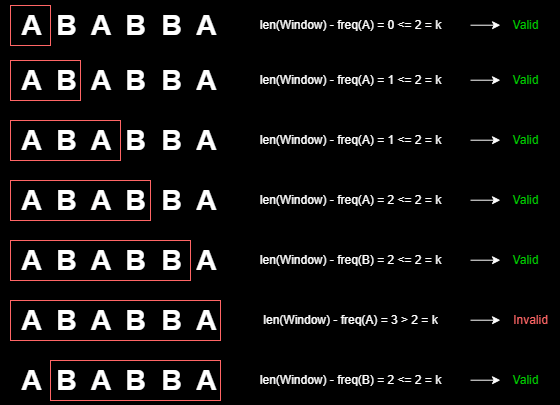
Above: Neetcode150/img/LongestRepeatingCharacters.png in ashiven/leetcode-solutions (draw.io), before the change. Source tidied: cells renumbered, new cells last; positions are measured from the earlier drawing's top-left corner, leaving out a move shared by most shapes.
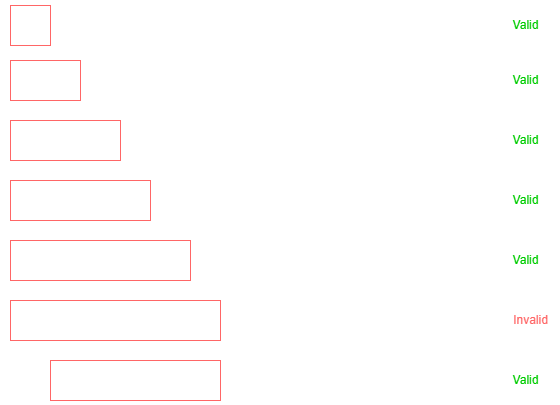
The same diagram one commit later.

Change to the diagram source:
```diff
@@ -1,17 +1,17 @@
-<mxGraphModel background="#000000">
+<mxGraphModel>
   <root>
     <mxCell id="0" />
     <mxCell id="1" parent="0" />
-    <mxCell id="2" value="&lt;b&gt;&lt;font color=&quot;#ffffff&quot; style=&quot;font-size: 28px;&quot;&gt;&amp;nbsp;A&amp;nbsp; B&amp;nbsp; A&amp;nbsp; B&amp;nbsp; B&amp;nbsp; A&lt;/font&gt;&lt;/b&gt;" style="text;html=1;align=center;verticalAlign=middle;strokeColor=none;fillColor=none;" parent="1" vertex="1">
+    <mxCell id="2" value="&lt;b&gt;&lt;font style=&quot;font-size: 28px;&quot;&gt;&amp;nbsp;A&amp;nbsp; B&amp;nbsp; A&amp;nbsp; B&amp;nbsp; B&amp;nbsp; A&lt;/font&gt;&lt;/b&gt;" style="text;html=1;align=center;verticalAlign=middle;strokeColor=none;fillColor=none;fontColor=#FFFFFF;" parent="1" vertex="1">
       <mxGeometry width="230" height="50" as="geometry" />
     </mxCell>
-    <mxCell id="3" style="whiteSpace=wrap;html=1;fillColor=none;strokeColor=#FF6666;" parent="1" vertex="1">
+    <mxCell id="3" style="whiteSpace=wrap;html=1;fillColor=none;strokeColor=#FF6666;fontColor=#FFFFFF;" parent="1" vertex="1">
       <mxGeometry x="10" y="5" width="40" height="40" as="geometry" />
     </mxCell>
-    <mxCell id="4" value="&lt;font color=&quot;#ffffff&quot;&gt;len(Window) - freq(A) = 0 &amp;lt;= 2 = k&lt;/font&gt;" style="text;html=1;align=center;verticalAlign=middle;strokeColor=none;fillColor=none;" parent="1" vertex="1">
+    <mxCell id="4" value="&lt;font&gt;len(Window) - freq(A) = 0 &amp;lt;= 2 = k&lt;/font&gt;" style="text;html=1;align=center;verticalAlign=middle;strokeColor=none;fillColor=none;fontColor=#FFFFFF;" parent="1" vertex="1">
       <mxGeometry x="250" y="10" width="200" height="30" as="geometry" />
     </mxCell>
-    <mxCell id="5" style="endArrow=classic;html=1;rounded=0;strokeColor=#FFFFFF;" parent="1" edge="1">
+    <mxCell id="5" style="endArrow=classic;html=1;rounded=0;strokeColor=#FFFFFF;fontColor=#FFFFFF;" parent="1" edge="1">
       <mxGeometry relative="1" as="geometry">
         <mxPoint x="470" y="24.7" as="sourcePoint" />
         <mxPoint x="500" y="24.7" as="targetPoint" />
@@ -20,16 +20,16 @@
     <mxCell id="6" value="&lt;font color=&quot;#00cc00&quot;&gt;Valid&lt;/font&gt;" style="text;html=1;align=center;verticalAlign=middle;strokeColor=none;fillColor=none;" parent="1" vertex="1">
       <mxGeometry x="500" y="10" width="50" height="30" as="geometry" />
     </mxCell>
-    <mxCell id="7" value="&lt;b&gt;&lt;font color=&quot;#ffffff&quot; style=&quot;font-size: 28px;&quot;&gt;&amp;nbsp;A&amp;nbsp; B&amp;nbsp; A&amp;nbsp; B&amp;nbsp; B&amp;nbsp; A&lt;/font&gt;&lt;/b&gt;" style="text;html=1;align=center;verticalAlign=middle;strokeColor=none;fillColor=none;" parent="1" vertex="1">
+    <mxCell id="7" value="&lt;b&gt;&lt;font style=&quot;font-size: 28px;&quot;&gt;&amp;nbsp;A&amp;nbsp; B&amp;nbsp; A&amp;nbsp; B&amp;nbsp; B&amp;nbsp; A&lt;/font&gt;&lt;/b&gt;" style="text;html=1;align=center;verticalAlign=middle;strokeColor=none;fillColor=none;fontColor=#FFFFFF;" parent="1" vertex="1">
       <mxGeometry y="55" width="230" height="50" as="geometry" />
     </mxCell>
-    <mxCell id="8" style="rounded=0;whiteSpace=wrap;html=1;fillColor=none;strokeColor=#FF6666;" parent="1" vertex="1">
+    <mxCell id="8" style="rounded=0;whiteSpace=wrap;html=1;fillColor=none;strokeColor=#FF6666;fontColor=#FFFFFF;" parent="1" vertex="1">
       <mxGeometry x="10" y="60" width="70" height="40" as="geometry" />
     </mxCell>
-    <mxCell id="9" value="&lt;font color=&quot;#ffffff&quot;&gt;len(Window) - freq(A) = 1 &amp;lt;= 2 = k&lt;/font&gt;" style="text;html=1;align=center;verticalAlign=middle;strokeColor=none;fillColor=none;" parent="1" vertex="1">
+    <mxCell id="9" value="&lt;font&gt;len(Window) - freq(A) = 1 &amp;lt;= 2 = k&lt;/font&gt;" style="text;html=1;align=center;verticalAlign=middle;strokeColor=none;fillColor=none;fontColor=#FFFFFF;" parent="1" vertex="1">
       <mxGeometry x="250" y="65" width="200" height="30" as="geometry" />
     </mxCell>
-    <mxCell id="10" style="endArrow=classic;html=1;rounded=0;strokeColor=#FFFFFF;" parent="1" edge="1">
+    <mxCell id="10" style="endArrow=classic;html=1;rounded=0;strokeColor=#FFFFFF;fontColor=#FFFFFF;" parent="1" edge="1">
       <mxGeometry relative="1" as="geometry">
         <mxPoint x="470" y="79.7" as="sourcePoint" />
         <mxPoint x="500" y="79.7" as="targetPoint" />
@@ -38,16 +38,16 @@
     <mxCell id="11" value="&lt;font color=&quot;#00cc00&quot;&gt;Valid&lt;/font&gt;" style="text;html=1;align=center;verticalAlign=middle;strokeColor=none;fillColor=none;" parent="1" vertex="1">
       <mxGeometry x="500" y="65" width="50" height="30" as="geometry" />
     </mxCell>
-    <mxCell id="12" value="&lt;b&gt;&lt;font color=&quot;#ffffff&quot; style=&quot;font-size: 28px;&quot;&gt;&amp;nbsp;A&amp;nbsp; B&amp;nbsp; A&amp;nbsp; B&amp;nbsp; B&amp;nbsp; A&lt;/font&gt;&lt;/b&gt;" style="text;html=1;align=center;verticalAlign=middle;strokeColor=none;fillColor=none;" parent="1" vertex="1">
+    <mxCell id="12" value="&lt;b&gt;&lt;font style=&quot;font-size: 28px;&quot;&gt;&amp;nbsp;A&amp;nbsp; B&amp;nbsp; A&amp;nbsp; B&amp;nbsp; B&amp;nbsp; A&lt;/font&gt;&lt;/b&gt;" style="text;html=1;align=center;verticalAlign=middle;strokeColor=none;fillColor=none;fontColor=#FFFFFF;" parent="1" vertex="1">
       <mxGeometry y="115" width="230" height="50" as="geometry" />
     </mxCell>
-    <mxCell id="13" style="rounded=0;whiteSpace=wrap;html=1;fillColor=none;strokeColor=#FF6666;" parent="1" vertex="1">
+    <mxCell id="13" style="rounded=0;whiteSpace=wrap;html=1;fillColor=none;strokeColor=#FF6666;fontColor=#FFFFFF;" parent="1" vertex="1">
       <mxGeometry x="10" y="120" width="110" height="40" as="geometry" />
     </mxCell>
-    <mxCell id="14" value="&lt;font color=&quot;#ffffff&quot;&gt;len(Window) - freq(A) = 1 &amp;lt;= 2 = k&lt;/font&gt;" style="text;html=1;align=center;verticalAlign=middle;strokeColor=none;fillColor=none;" parent="1" vertex="1">
+    <mxCell id="14" value="&lt;font&gt;len(Window) - freq(A) = 1 &amp;lt;= 2 = k&lt;/font&gt;" style="text;html=1;align=center;verticalAlign=middle;strokeColor=none;fillColor=none;fontColor=#FFFFFF;" parent="1" vertex="1">
       <mxGeometry x="250" y="125" width="200" height="30" as="geometry" />
     </mxCell>
-    <mxCell id="15" style="endArrow=classic;html=1;rounded=0;strokeColor=#FFFFFF;" parent="1" edge="1">
+    <mxCell id="15" style="endArrow=classic;html=1;rounded=0;strokeColor=#FFFFFF;fontColor=#FFFFFF;" parent="1" edge="1">
       <mxGeometry relative="1" as="geometry">
         <mxPoint x="470" y="139.7" as="sourcePoint" />
         <mxPoint x="500" y="139.7" as="targetPoint" />
@@ -56,16 +56,16 @@
     <mxCell id="16" value="&lt;font color=&quot;#00cc00&quot;&gt;Valid&lt;/font&gt;" style="text;html=1;align=center;verticalAlign=middle;strokeColor=none;fillColor=none;" parent="1" vertex="1">
       <mxGeometry x="500" y="125" width="50" height="30" as="geometry" />
     </mxCell>
-    <mxCell id="17" value="&lt;b&gt;&lt;font color=&quot;#ffffff&quot; style=&quot;font-size: 28px;&quot;&gt;&amp;nbsp;A&amp;nbsp; B&amp;nbsp; A&amp;nbsp; B&amp;nbsp; B&amp;nbsp; A&lt;/font&gt;&lt;/b&gt;" style="text;html=1;align=center;verticalAlign=middle;strokeColor=none;fillColor=none;" parent="1" vertex="1">
+    <mxCell id="17" value="&lt;b&gt;&lt;font style=&quot;font-size: 28px;&quot;&gt;&amp;nbsp;A&amp;nbsp; B&amp;nbsp; A&amp;nbsp; B&amp;nbsp; B&amp;nbsp; A&lt;/font&gt;&lt;/b&gt;" style="text;html=1;align=center;verticalAlign=middle;strokeColor=none;fillColor=none;fontColor=#FFFFFF;" parent="1" vertex="1">
       <mxGeometry y="175" width="230" height="50" as="geometry" />
     </mxCell>
-    <mxCell id="18" style="rounded=0;whiteSpace=wrap;html=1;fillColor=none;strokeColor=#FF6666;" parent="1" vertex="1">
+    <mxCell id="18" style="rounded=0;whiteSpace=wrap;html=1;fillColor=none;strokeColor=#FF6666;fontColor=#FFFFFF;" parent="1" vertex="1">
       <mxGeometry x="10" y="180" width="140" height="40" as="geometry" />
     </mxCell>
-    <mxCell id="19" value="&lt;font color=&quot;#ffffff&quot;&gt;len(Window) - freq(A) = 2 &amp;lt;= 2 = k&lt;/font&gt;" style="text;html=1;align=center;verticalAlign=middle;strokeColor=none;fillColor=none;" parent="1" vertex="1">
+    <mxCell id="19" value="&lt;font&gt;len(Window) - freq(A) = 2 &amp;lt;= 2 = k&lt;/font&gt;" style="text;html=1;align=center;verticalAlign=middle;strokeColor=none;fillColor=none;fontColor=#FFFFFF;" parent="1" vertex="1">
       <mxGeometry x="250" y="185" width="200" height="30" as="geometry" />
     </mxCell>
-    <mxCell id="20" style="endArrow=classic;html=1;rounded=0;strokeColor=#FFFFFF;" parent="1" edge="1">
+    <mxCell id="20" style="endArrow=classic;html=1;rounded=0;strokeColor=#FFFFFF;fontColor=#FFFFFF;" parent="1" edge="1">
       <mxGeometry relative="1" as="geometry">
         <mxPoint x="470" y="199.7" as="sourcePoint" />
         <mxPoint x="500" y="199.7" as="targetPoint" />
@@ -74,16 +74,16 @@
     <mxCell id="21" value="&lt;font color=&quot;#00cc00&quot;&gt;Valid&lt;/font&gt;" style="text;html=1;align=center;verticalAlign=middle;strokeColor=none;fillColor=none;" parent="1" vertex="1">
       <mxGeometry x="500" y="185" width="50" height="30" as="geometry" />
     </mxCell>
-    <mxCell id="22" value="&lt;b&gt;&lt;font color=&quot;#ffffff&quot; style=&quot;font-size: 28px;&quot;&gt;&amp;nbsp;A&amp;nbsp; B&amp;nbsp; A&amp;nbsp; B&amp;nbsp; B&amp;nbsp; A&lt;/font&gt;&lt;/b&gt;" style="text;html=1;align=center;verticalAlign=middle;strokeColor=none;fillColor=none;" parent="1" vertex="1">
+    <mxCell id="22" value="&lt;b&gt;&lt;font style=&quot;font-size: 28px;&quot;&gt;&amp;nbsp;A&amp;nbsp; B&amp;nbsp; A&amp;nbsp; B&amp;nbsp; B&amp;nbsp; A&lt;/font&gt;&lt;/b&gt;" style="text;html=1;align=center;verticalAlign=middle;strokeColor=none;fillColor=none;fontColor=#FFFFFF;" parent="1" vertex="1">
       <mxGeometry y="235" width="230" height="50" as="geometry" />
     </mxCell>
-    <mxCell id="23" style="rounded=0;whiteSpace=wrap;html=1;fillColor=none;strokeColor=#FF6666;" parent="1" vertex="1">
+    <mxCell id="23" style="rounded=0;whiteSpace=wrap;html=1;fillColor=none;strokeColor=#FF6666;fontColor=#FFFFFF;" parent="1" vertex="1">
       <mxGeometry x="10" y="240" width="180" height="40" as="geometry" />
     </mxCell>
-    <mxCell id="24" value="&lt;font color=&quot;#ffffff&quot;&gt;len(Window) - freq(B) = 2 &amp;lt;= 2 = k&lt;/font&gt;" style="text;html=1;align=center;verticalAlign=middle;strokeColor=none;fillColor=none;" parent="1" vertex="1">
+    <mxCell id="24" value="&lt;font&gt;len(Window) - freq(B) = 2 &amp;lt;= 2 = k&lt;/font&gt;" style="text;html=1;align=center;verticalAlign=middle;strokeColor=none;fillColor=none;fontColor=#FFFFFF;" parent="1" vertex="1">
       <mxGeometry x="250" y="245" width="200" height="30" as="geometry" />
     </mxCell>
-    <mxCell id="25" style="endArrow=classic;html=1;rounded=0;strokeColor=#FFFFFF;" parent="1" edge="1">
+    <mxCell id="25" style="endArrow=classic;html=1;rounded=0;strokeColor=#FFFFFF;fontColor=#FFFFFF;" parent="1" edge="1">
       <mxGeometry relative="1" as="geometry">
         <mxPoint x="470" y="259.7" as="sourcePoint" />
         <mxPoint x="500" y="259.7" as="targetPoint" />
@@ -92,16 +92,16 @@
     <mxCell id="26" value="&lt;font color=&quot;#00cc00&quot;&gt;Valid&lt;/font&gt;" style="text;html=1;align=center;verticalAlign=middle;strokeColor=none;fillColor=none;" parent="1" vertex="1">
       <mxGeometry x="500" y="245" width="50" height="30" as="geometry" />
     </mxCell>
-    <mxCell id="27" value="&lt;b&gt;&lt;font color=&quot;#ffffff&quot; style=&quot;font-size: 28px;&quot;&gt;&amp;nbsp;A&amp;nbsp; B&amp;nbsp; A&amp;nbsp; B&amp;nbsp; B&amp;nbsp; A&lt;/font&gt;&lt;/b&gt;" style="text;html=1;align=center;verticalAlign=middle;strokeColor=none;fillColor=none;" parent="1" vertex="1">
+    <mxCell id="27" value="&lt;b&gt;&lt;font style=&quot;font-size: 28px;&quot;&gt;&amp;nbsp;A&amp;nbsp; B&amp;nbsp; A&amp;nbsp; B&amp;nbsp; B&amp;nbsp; A&lt;/font&gt;&lt;/b&gt;" style="text;html=1;align=center;verticalAlign=middle;strokeColor=none;fillColor=none;fontColor=#FFFFFF;" parent="1" vertex="1">
       <mxGeometry y="295" width="230" height="50" as="geometry" />
     </mxCell>
-    <mxCell id="28" style="rounded=0;whiteSpace=wrap;html=1;fillColor=none;strokeColor=#FF6666;" parent="1" vertex="1">
+    <mxCell id="28" style="rounded=0;whiteSpace=wrap;html=1;fillColor=none;strokeColor=#FF6666;fontColor=#FFFFFF;" parent="1" vertex="1">
       <mxGeometry x="10" y="300" width="210" height="40" as="geometry" />
     </mxCell>
-    <mxCell id="29" value="&lt;font color=&quot;#ffffff&quot;&gt;len(Window) - freq(A) = 3 &amp;gt; 2 = k&lt;/font&gt;" style="text;html=1;align=center;verticalAlign=middle;strokeColor=none;fillColor=none;" parent="1" vertex="1">
+    <mxCell id="29" value="&lt;font&gt;len(Window) - freq(A) = 3 &amp;gt; 2 = k&lt;/font&gt;" style="text;html=1;align=center;verticalAlign=middle;strokeColor=none;fillColor=none;fontColor=#FFFFFF;" parent="1" vertex="1">
       <mxGeometry x="250" y="305" width="200" height="30" as="geometry" />
     </mxCell>
-    <mxCell id="30" style="endArrow=classic;html=1;rounded=0;strokeColor=#FFFFFF;" parent="1" edge="1">
+    <mxCell id="30" style="endArrow=classic;html=1;rounded=0;strokeColor=#FFFFFF;fontColor=#FFFFFF;" parent="1" edge="1">
       <mxGeometry relative="1" as="geometry">
         <mxPoint x="470" y="319.7" as="sourcePoint" />
         <mxPoint x="500" y="319.7" as="targetPoint" />
@@ -110,16 +110,16 @@
     <mxCell id="31" value="&lt;font color=&quot;#ff6666&quot;&gt;Invalid&lt;/font&gt;" style="text;html=1;align=center;verticalAlign=middle;strokeColor=none;fillColor=none;" parent="1" vertex="1">
       <mxGeometry x="500" y="305" width="60" height="30" as="geometry" />
     </mxCell>
-    <mxCell id="32" value="&lt;b&gt;&lt;font color=&quot;#ffffff&quot; style=&quot;font-size: 28px;&quot;&gt;&amp;nbsp;A&amp;nbsp; B&amp;nbsp; A&amp;nbsp; B&amp;nbsp; B&amp;nbsp; A&lt;/font&gt;&lt;/b&gt;" style="text;html=1;align=center;verticalAlign=middle;strokeColor=none;fillColor=none;" parent="1" vertex="1">
+    <mxCell id="32" value="&lt;b&gt;&lt;font style=&quot;font-size: 28px;&quot;&gt;&amp;nbsp;A&amp;nbsp; B&amp;nbsp; A&amp;nbsp; B&amp;nbsp; B&amp;nbsp; A&lt;/font&gt;&lt;/b&gt;" style="text;html=1;align=center;verticalAlign=middle;strokeColor=none;fillColor=none;fontColor=#FFFFFF;" parent="1" vertex="1">
       <mxGeometry y="355" width="230" height="50" as="geometry" />
     </mxCell>
-    <mxCell id="33" style="rounded=0;whiteSpace=wrap;html=1;fillColor=none;strokeColor=#FF6666;" parent="1" vertex="1">
+    <mxCell id="33" style="rounded=0;whiteSpace=wrap;html=1;fillColor=none;strokeColor=#FF6666;fontColor=#FFFFFF;" parent="1" vertex="1">
       <mxGeometry x="50" y="360" width="170" height="40" as="geometry" />
     </mxCell>
-    <mxCell id="34" value="&lt;font color=&quot;#ffffff&quot;&gt;len(Window) - freq(B) = 2 &amp;lt;= 2 = k&lt;/font&gt;" style="text;html=1;align=center;verticalAlign=middle;strokeColor=none;fillColor=none;" parent="1" vertex="1">
+    <mxCell id="34" value="&lt;font&gt;len(Window) - freq(B) = 2 &amp;lt;= 2 = k&lt;/font&gt;" style="text;html=1;align=center;verticalAlign=middle;strokeColor=none;fillColor=none;fontColor=#FFFFFF;" parent="1" vertex="1">
       <mxGeometry x="250" y="365" width="200" height="30" as="geometry" />
     </mxCell>
-    <mxCell id="35" style="endArrow=classic;html=1;rounded=0;strokeColor=#FFFFFF;" parent="1" edge="1">
+    <mxCell id="35" style="endArrow=classic;html=1;rounded=0;strokeColor=#FFFFFF;fontColor=#FFFFFF;" parent="1" edge="1">
       <mxGeometry relative="1" as="geometry">
         <mxPoint x="470" y="379.7" as="sourcePoint" />
         <mxPoint x="500" y="379.7" as="targetPoint" />
```
